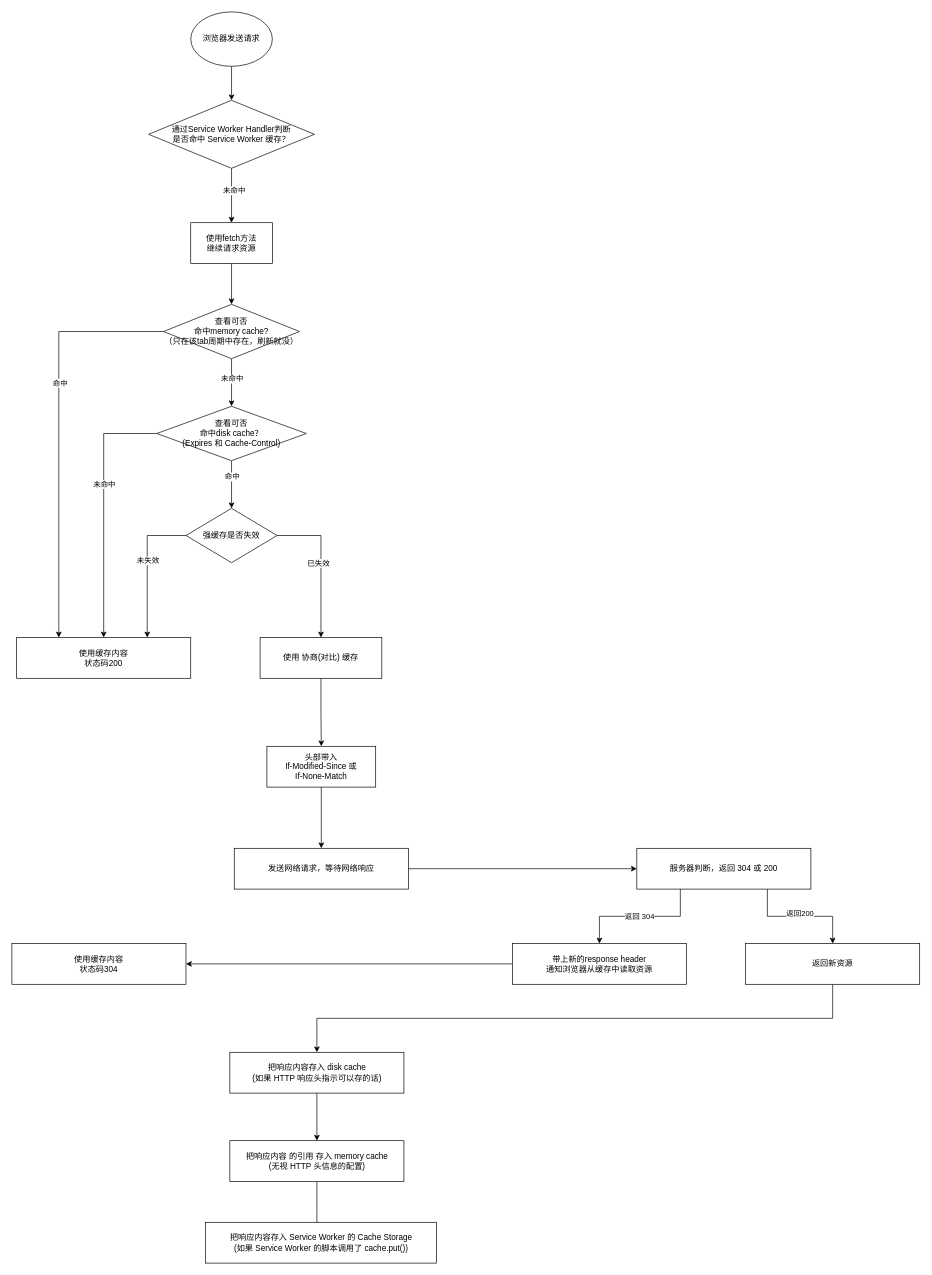
The draw.io diagram 浏览器缓存.drawio in landiy/drawio-repo, before the edit. Source tidied: cells renumbered, new cells numbered last; positions are measured from the earlier drawing's top-left corner, leaving out a move shared by most shapes. Both pictures are drawn from the tidied source at 68%, with x=0, y=0 at pixel (12, 12).
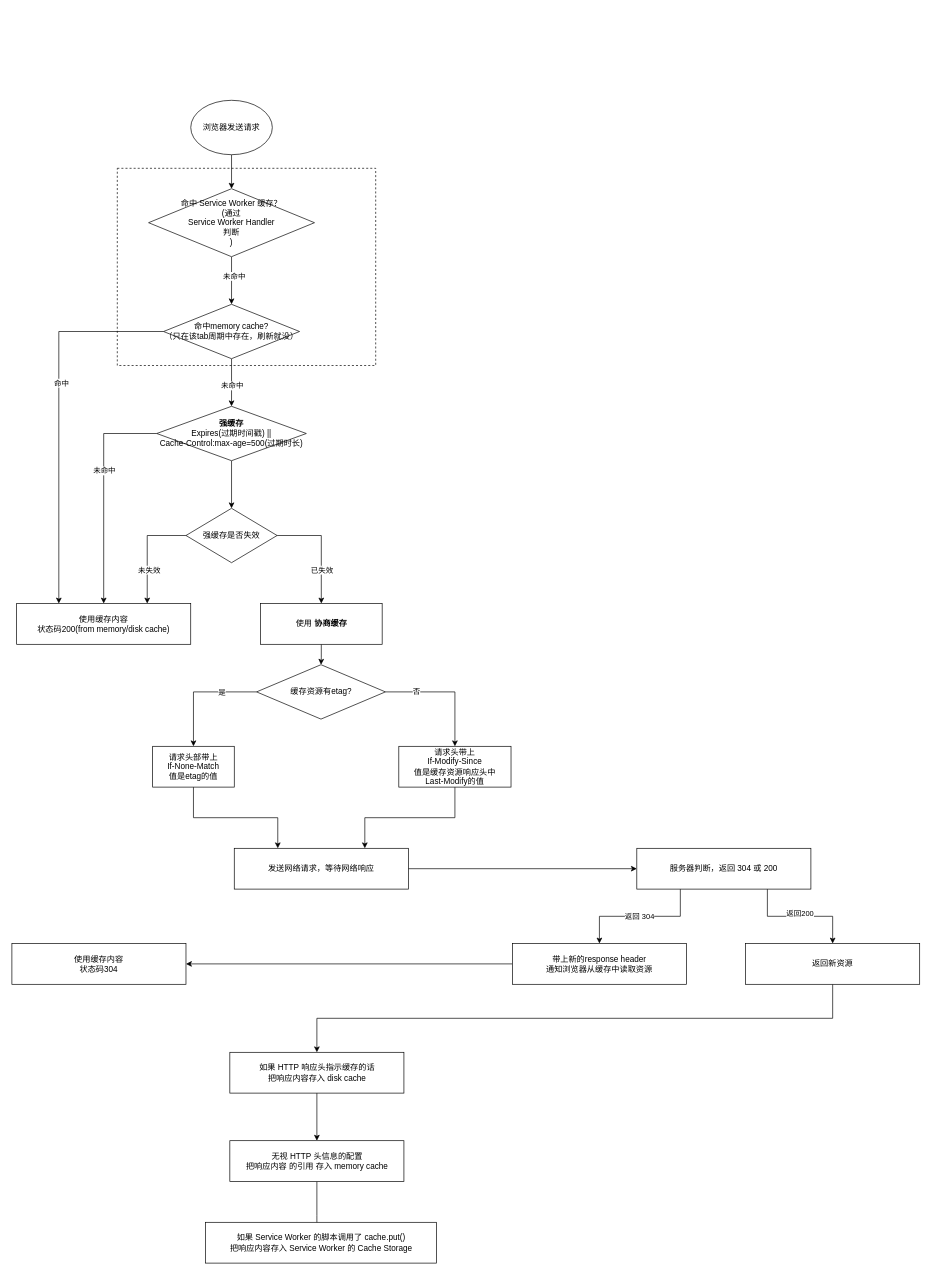
Above is the later version.

Commit message:
Update 浏览器缓存.drawio

Unchanged cells that the change refers to:
```xml
<mxCell id="9" style="edgeStyle=orthogonalEdgeStyle;rounded=0;jettySize=auto;html=1;entryX=0.5;entryY=0;entryDx=0;entryDy=0;" parent="1" edge="1" source="13" target="19">
  <mxGeometry relative="1" as="geometry" />
</mxCell>
<mxCell id="14" style="edgeStyle=orthogonalEdgeStyle;rounded=0;jettySize=auto;html=1;exitX=0.5;exitY=1;exitDx=0;exitDy=0;entryX=0.5;entryY=0;entryDx=0;entryDy=0;" parent="1" edge="1" source="19" target="24">
  <mxGeometry relative="1" as="geometry" />
</mxCell>
<mxCell id="20" style="edgeStyle=orthogonalEdgeStyle;rounded=0;jettySize=auto;html=1;exitX=0;exitY=0.5;exitDx=0;exitDy=0;entryX=0.75;entryY=0;entryDx=0;entryDy=0;" parent="1" edge="1" source="24" target="16">
  <mxGeometry relative="1" as="geometry" />
</mxCell>
<mxCell id="22" style="edgeStyle=orthogonalEdgeStyle;rounded=0;jettySize=auto;html=1;entryX=0.5;entryY=0;entryDx=0;entryDy=0;exitX=1;exitY=0.5;exitDx=0;exitDy=0;" parent="1" edge="1" source="24" target="33">
  <mxGeometry relative="1" as="geometry" />
</mxCell>
<mxCell id="26" value="发送网络请求，等待网络响应" style="rounded=0;whiteSpace=wrap;html=1;" parent="1" vertex="1">
  <mxGeometry x="327" y="1230" width="256" height="60" as="geometry" />
</mxCell>
```

The edit, as a diff of the source:
```diff
@@
     <mxCell id="3" value="浏览器发送请求" style="ellipse;whiteSpace=wrap;html=1;" parent="1" vertex="1">
-      <mxGeometry x="263" width="120" height="80" as="geometry" />
+      <mxGeometry x="263" y="130" width="120" height="80" as="geometry" />
     </mxCell>
-    <mxCell id="4" style="edgeStyle=orthogonalEdgeStyle;rounded=0;jettySize=auto;html=1;exitX=0.5;exitY=1;exitDx=0;exitDy=0;entryX=0.5;entryY=0;entryDx=0;entryDy=0;" parent="1" edge="1" source="5" target="13">
-      <mxGeometry relative="1" as="geometry" />
-    </mxCell>
-    <mxCell id="5" value="使用fetch方法&lt;br&gt;继续请求资源" style="whiteSpace=wrap;html=1;" parent="1" vertex="1">
-      <mxGeometry x="263" y="310" width="120" height="60" as="geometry" />
-    </mxCell>
-    <mxCell id="6" style="edgeStyle=orthogonalEdgeStyle;rounded=0;jettySize=auto;html=1;exitX=0.5;exitY=1;exitDx=0;exitDy=0;entryX=0.5;entryY=0;entryDx=0;entryDy=0;" parent="1" edge="1" source="8" target="5">
+    <mxCell id="6" style="edgeStyle=orthogonalEdgeStyle;rounded=0;jettySize=auto;html=1;exitX=0.5;exitY=1;exitDx=0;exitDy=0;entryX=0.5;entryY=0;entryDx=0;entryDy=0;" parent="1" edge="1" source="8" target="13">
       <mxGeometry relative="1" as="geometry" />
     </mxCell>
@@
-    <mxCell id="8" value="通过Service Worker Handler判断&lt;br&gt;是否命中 Service Worker 缓存？" style="rhombus;whiteSpace=wrap;html=1;" parent="1" vertex="1">
-      <mxGeometry x="201" y="130" width="244" height="100" as="geometry" />
+    <mxCell id="8" value="命中 Service Worker 缓存？&lt;br&gt;(通过&lt;br&gt;Service Worker Handler&lt;br&gt;判断&lt;br&gt;)" style="rhombus;whiteSpace=wrap;html=1;" parent="1" vertex="1">
+      <mxGeometry x="201" y="260" width="244" height="100" as="geometry" />
     </mxCell>
@@
     <mxCell id="10" value="未命中" style="edgeLabel;html=1;align=center;verticalAlign=middle;" parent="9" vertex="1">
       <mxGeometry x="0.07" relative="1" as="geometry">
-        <mxPoint y="-8" as="offset" />
+        <mxPoint y="2" as="offset" />
       </mxGeometry>
     </mxCell>
@@
-    <mxCell id="13" value="查看可否&lt;br&gt;命中memory cache?&lt;br&gt;（只在该tab周期中存在，刷新就没）" style="rhombus;whiteSpace=wrap;html=1;" parent="1" vertex="1">
+    <mxCell id="13" value="命中memory cache?&lt;br&gt;（只在该tab周期中存在，刷新就没）" style="rhombus;whiteSpace=wrap;html=1;" parent="1" vertex="1">
       <mxGeometry x="223" y="430" width="200" height="80" as="geometry" />
     </mxCell>
@@
-    <mxCell id="15" value="命中" style="edgeLabel;html=1;align=center;verticalAlign=middle;" parent="14" vertex="1">
-      <mxGeometry x="-0.4" y="-1" relative="1" as="geometry">
-        <mxPoint x="1" y="2" as="offset" />
-      </mxGeometry>
-    </mxCell>
-    <mxCell id="16" value="使用缓存内容&lt;br&gt;状态码200" style="rounded=0;whiteSpace=wrap;html=1;" parent="1" vertex="1">
-      <mxGeometry x="7" y="920" width="256" height="60" as="geometry" />
+    <mxCell id="16" value="使用缓存内容&lt;br&gt;状态码200(from memory/disk cache)" style="rounded=0;whiteSpace=wrap;html=1;" parent="1" vertex="1">
+      <mxGeometry x="7" y="870" width="256" height="60" as="geometry" />
     </mxCell>
@@
-    <mxCell id="19" value="&lt;span&gt;查看可否&lt;/span&gt;&lt;br&gt;&lt;span&gt;命中disk cache？&lt;br&gt;(Expires 和 Cache-Control)&lt;br&gt;&lt;/span&gt;" style="rhombus;whiteSpace=wrap;html=1;" parent="1" vertex="1">
+    <mxCell id="19" value="&lt;span&gt;&lt;b&gt;强缓存&lt;/b&gt;&lt;br&gt;Expires(过期时间戳) ||&lt;br&gt;Cache-Control:max-age=500(过期时长)&lt;br&gt;&lt;/span&gt;" style="rhombus;whiteSpace=wrap;html=1;" parent="1" vertex="1">
       <mxGeometry x="213" y="580" width="220" height="80" as="geometry" />
     </mxCell>
@@
     <mxCell id="21" value="未失效" style="edgeLabel;html=1;align=center;verticalAlign=middle;" parent="20" vertex="1">
       <mxGeometry x="0.05" y="-1" relative="1" as="geometry">
-        <mxPoint x="1" y="-16" as="offset" />
+        <mxPoint x="3" y="25" as="offset" />
       </mxGeometry>
     </mxCell>
@@
     <mxCell id="23" value="已失效" style="edgeLabel;html=1;align=center;verticalAlign=middle;" parent="22" vertex="1">
       <mxGeometry x="-0.59" y="3" relative="1" as="geometry">
-        <mxPoint x="16.3" y="43" as="offset" />
+        <mxPoint x="31" y="53" as="offset" />
       </mxGeometry>
     </mxCell>
@@
-    <mxCell id="28" value="把响应内容存入 disk cache &lt;br&gt;(如果 HTTP 响应头指示可以存的话)" style="rounded=0;whiteSpace=wrap;html=1;" parent="1" vertex="1">
+    <mxCell id="28" value="如果 HTTP 响应头指示缓存的话&lt;br&gt;把响应内容存入 disk cache" style="rounded=0;whiteSpace=wrap;html=1;" parent="1" vertex="1">
       <mxGeometry x="320.5" y="1530" width="256" height="60" as="geometry" />
     </mxCell>
@@
-    <mxCell id="30" value="把响应内容 的引用 存入 memory cache &lt;br&gt;(无视 HTTP 头信息的配置)" style="rounded=0;whiteSpace=wrap;html=1;" parent="1" vertex="1">
+    <mxCell id="30" value="无视 HTTP 头信息的配置&lt;br&gt;把响应内容 的引用 存入 memory cache" style="rounded=0;whiteSpace=wrap;html=1;" parent="1" vertex="1">
       <mxGeometry x="320.5" y="1660" width="256" height="60" as="geometry" />
     </mxCell>
-    <mxCell id="31" value="把响应内容存入 Service Worker 的 Cache Storage &lt;br&gt;(如果 Service Worker 的脚本调用了 cache.put())" style="rounded=0;whiteSpace=wrap;html=1;" parent="1" vertex="1">
+    <mxCell id="31" value="如果 Service Worker 的脚本调用了 cache.put()&lt;br&gt;把响应内容存入 Service Worker 的 Cache Storage" style="rounded=0;whiteSpace=wrap;html=1;" parent="1" vertex="1">
       <mxGeometry x="284.5" y="1780" width="340" height="60" as="geometry" />
     </mxCell>
-    <mxCell id="32" style="edgeStyle=orthogonalEdgeStyle;rounded=0;jettySize=auto;html=1;entryX=0.5;entryY=0;entryDx=0;entryDy=0;exitX=0.5;exitY=1;exitDx=0;exitDy=0;" parent="1" edge="1" source="33" target="35">
-      <mxGeometry relative="1" as="geometry" />
-    </mxCell>
+    <mxCell id="45" style="edgeStyle=orthogonalEdgeStyle;rounded=0;jettySize=auto;html=1;" parent="1" edge="1" source="33" target="51">
+      <mxGeometry relative="1" as="geometry" />
+    </mxCell>
-    <mxCell id="33" value="使用 协商(对比) 缓存" style="whiteSpace=wrap;html=1;rounded=0;" parent="1" vertex="1">
-      <mxGeometry x="365" y="920" width="179" height="60" as="geometry" />
+    <mxCell id="33" value="使用 &lt;b&gt;协商缓存&lt;/b&gt;" style="whiteSpace=wrap;html=1;rounded=0;" parent="1" vertex="1">
+      <mxGeometry x="365.5" y="870" width="179" height="60" as="geometry" />
     </mxCell>
-    <mxCell id="34" style="edgeStyle=orthogonalEdgeStyle;rounded=0;jettySize=auto;html=1;exitX=0.5;exitY=1;exitDx=0;exitDy=0;entryX=0.5;entryY=0;entryDx=0;entryDy=0;" parent="1" edge="1" source="35" target="26">
-      <mxGeometry relative="1" as="geometry" />
-    </mxCell>
-    <mxCell id="35" value="头部带入 &lt;br&gt;If-Modified-Since 或&lt;br&gt;If-None-Match" style="rounded=0;whiteSpace=wrap;html=1;" parent="1" vertex="1">
-      <mxGeometry x="375" y="1080" width="160" height="60" as="geometry" />
-    </mxCell>
@@
+    <mxCell id="46" style="rounded=0;whiteSpace=wrap;html=1;dashed=1;fillColor=none;" parent="1" vertex="1">
+      <mxGeometry x="155" y="230" width="380" height="290" as="geometry" />
+    </mxCell>
+    <mxCell id="47" style="edgeStyle=orthogonalEdgeStyle;rounded=0;jettySize=auto;html=1;" parent="1" edge="1" source="51" target="53">
+      <mxGeometry relative="1" as="geometry" />
+    </mxCell>
+    <mxCell id="48" value="是" style="edgeLabel;html=1;align=center;verticalAlign=middle;" parent="47" vertex="1">
+      <mxGeometry x="-0.17" y="-1" relative="1" as="geometry">
+        <mxPoint x="21" y="1" as="offset" />
+      </mxGeometry>
+    </mxCell>
+    <mxCell id="49" style="edgeStyle=orthogonalEdgeStyle;rounded=0;jettySize=auto;html=1;" parent="1" edge="1" source="51" target="55">
+      <mxGeometry relative="1" as="geometry" />
+    </mxCell>
+    <mxCell id="50" value="否" style="edgeLabel;html=1;align=center;verticalAlign=middle;" parent="49" vertex="1">
+      <mxGeometry x="-0.51" y="2" relative="1" as="geometry" />
+    </mxCell>
+    <mxCell id="51" value="缓存资源有etag?" style="rhombus;whiteSpace=wrap;html=1;rounded=0;" parent="1" vertex="1">
+      <mxGeometry x="359.8" y="960" width="189.5" height="80" as="geometry" />
+    </mxCell>
+    <mxCell id="52" style="edgeStyle=orthogonalEdgeStyle;rounded=0;jettySize=auto;html=1;exitX=0.5;exitY=1;exitDx=0;exitDy=0;entryX=0.25;entryY=0;entryDx=0;entryDy=0;" parent="1" edge="1" source="53" target="26">
+      <mxGeometry relative="1" as="geometry" />
+    </mxCell>
+    <mxCell id="53" value="请求头部带上&lt;br&gt;If-None-Match&lt;br&gt;值是etag的值" style="whiteSpace=wrap;html=1;rounded=0;" parent="1" vertex="1">
+      <mxGeometry x="207" y="1080" width="120" height="60" as="geometry" />
+    </mxCell>
+    <mxCell id="54" style="edgeStyle=orthogonalEdgeStyle;rounded=0;jettySize=auto;html=1;exitX=0.5;exitY=1;exitDx=0;exitDy=0;entryX=0.75;entryY=0;entryDx=0;entryDy=0;" parent="1" edge="1" source="55" target="26">
+      <mxGeometry relative="1" as="geometry" />
+    </mxCell>
+    <mxCell id="55" value="请求头带上&lt;br&gt;If-Modify-Since&lt;br&gt;值是缓存资源响应头中&lt;br&gt;Last-Modify的值" style="whiteSpace=wrap;html=1;rounded=0;" parent="1" vertex="1">
+      <mxGeometry x="569" y="1080" width="165" height="60" as="geometry" />
+    </mxCell>
```
